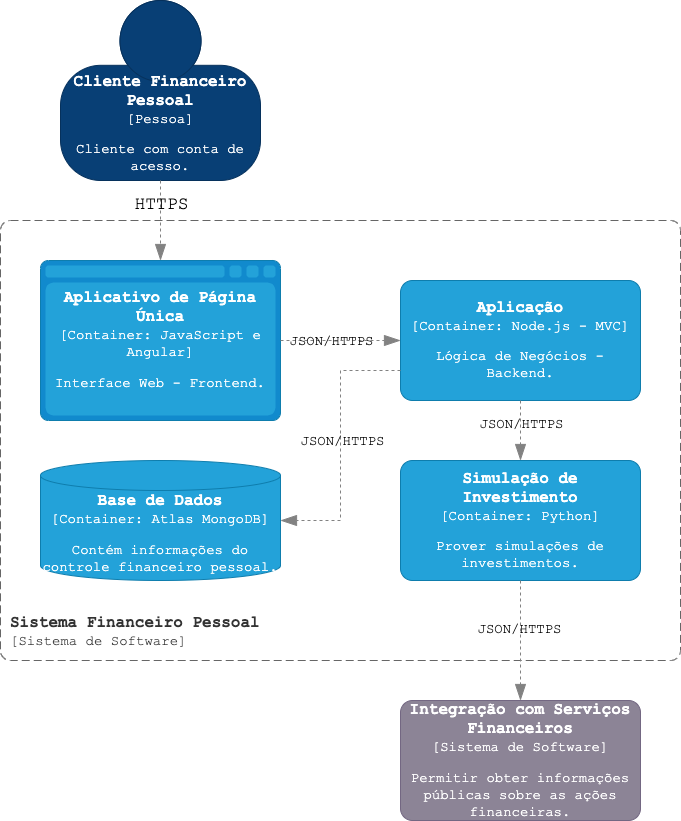
GVBP/CatolicaSC-Portfolio keeps this draw.io diagram as docs/C4ConteinerWeb.png. Above is the earlier version. Source tidied: cells renumbered, new cells last; positions are measured from the earlier drawing's top-left corner, leaving out a move shared by most shapes.
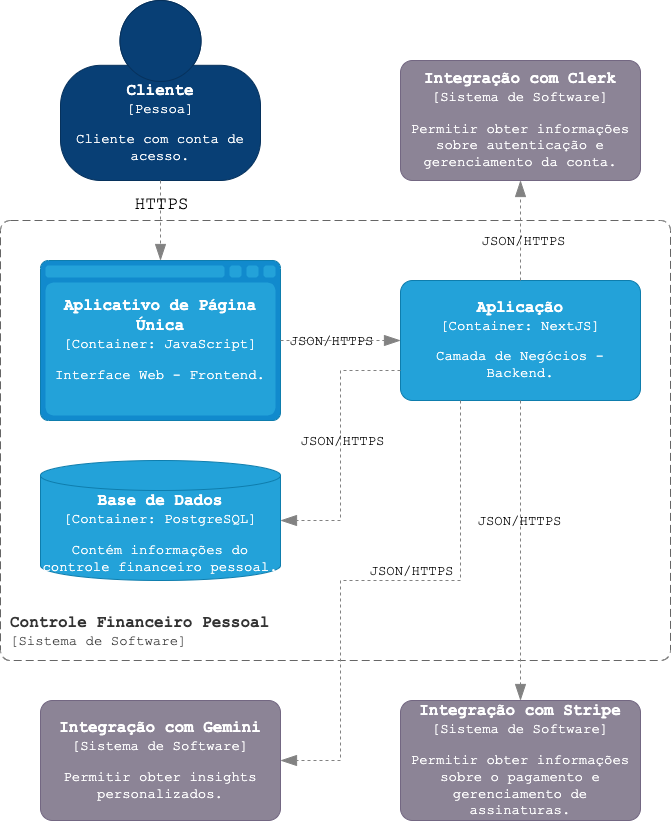
After the change.

What changed in the source:
```diff
@@ -2,41 +2,36 @@
   <root>
     <mxCell id="0" />
     <mxCell id="1" parent="0" />
-    <object id="2" label="&lt;font style=&quot;font-size: 16px; font-family: 'Courier New'&quot;&gt;&lt;b&gt;%c4Name%&lt;/b&gt;&lt;/font&gt;&lt;div&gt;&lt;font style=&quot;font-size: 14px; font-family: 'Courier New'&quot;&gt;[%c4Type%]&lt;/font&gt;&lt;/div&gt;&lt;br&gt;&lt;div&gt;&lt;font style=&quot;font-size: 14px; font-family: 'Courier New'&quot;&gt;%c4Description%&lt;/font&gt;&lt;/div&gt;" c4Description="Cliente com conta de acesso." c4Name="Cliente Financeiro Pessoal" c4Type="Pessoa" placeholders="1">
+    <object id="2" label="&lt;font style=&quot;font-size: 16px; font-family: 'Courier New'&quot;&gt;&lt;b&gt;%c4Name%&lt;/b&gt;&lt;/font&gt;&lt;div&gt;&lt;font style=&quot;font-size: 14px; font-family: 'Courier New'&quot;&gt;[%c4Type%]&lt;/font&gt;&lt;/div&gt;&lt;br&gt;&lt;div&gt;&lt;font style=&quot;font-size: 14px; font-family: 'Courier New'&quot;&gt;%c4Description%&lt;/font&gt;&lt;/div&gt;" c4Description="Cliente com conta de acesso." c4Name="Cliente" c4Type="Pessoa" placeholders="1">
       <mxCell style="html=1;fontSize=11;dashed=0;whiteSpace=wrap;fillColor=#083F75;strokeColor=#06315C;fontColor=#ffffff;shape=mxgraph.c4.person2;align=center;points=[[0.5,0,0],[1,0.5,0],[1,0.75,0],[0.75,1,0],[0.5,1,0],[0.25,1,0],[0,0.75,0],[0,0.5,0]];" parent="1" vertex="1">
         <mxGeometry x="60" width="200" height="180" as="geometry" />
       </mxCell>
     </object>
-    <object id="3" label="&lt;font style=&quot;font-size: 16px; font-family: 'Courier New'&quot;&gt;&lt;b&gt;%c4Name%&lt;/b&gt;&lt;/font&gt;&lt;div&gt;&lt;font style=&quot;font-size: 14px; font-family: 'Courier New'&quot;&gt;[%c4Type%: %c4Technology%]&lt;/font&gt;&lt;/div&gt;&lt;br&gt;&lt;div&gt;&lt;font style=&quot;font-size: 14px; font-family: 'Courier New'&quot;&gt;%c4Description%&lt;/font&gt;&lt;/div&gt;" c4Description="Lógica de Negócios - Backend." c4Name="Aplicação" c4Technology="Node.js - MVC" c4Type="Container" placeholders="1">
+    <object id="3" label="&lt;font style=&quot;font-size: 16px; font-family: 'Courier New'&quot;&gt;&lt;b&gt;%c4Name%&lt;/b&gt;&lt;/font&gt;&lt;div&gt;&lt;font style=&quot;font-size: 14px; font-family: 'Courier New'&quot;&gt;[%c4Type%: %c4Technology%]&lt;/font&gt;&lt;/div&gt;&lt;br&gt;&lt;div&gt;&lt;font style=&quot;font-size: 14px; font-family: 'Courier New'&quot;&gt;%c4Description%&lt;/font&gt;&lt;/div&gt;" c4Description="Camada de Negócios - Backend." c4Name="Aplicação" c4Technology="NextJS" c4Type="Container" placeholders="1">
       <mxCell style="rounded=1;whiteSpace=wrap;html=1;fontSize=11;labelBackgroundColor=none;fillColor=#23A2D9;fontColor=#ffffff;align=center;arcSize=10;strokeColor=#0E7DAD;points=[[0.25,0,0],[0.5,0,0],[0.75,0,0],[1,0.25,0],[1,0.5,0],[1,0.75,0],[0.75,1,0],[0.5,1,0],[0.25,1,0],[0,0.75,0],[0,0.5,0],[0,0.25,0]];" parent="1" vertex="1">
         <mxGeometry x="400" y="280" width="240" height="120" as="geometry" />
       </mxCell>
     </object>
-    <object id="4" label="&lt;font style=&quot;font-size: 16px; font-family: 'Courier New'&quot;&gt;&lt;b&gt;%c4Name%&lt;/b&gt;&lt;/font&gt;&lt;div&gt;&lt;font style=&quot;font-size: 14px; font-family: 'Courier New'&quot;&gt;[%c4Type%:&amp;nbsp;%c4Technology%]&lt;/font&gt;&lt;/div&gt;&lt;br&gt;&lt;div&gt;&lt;font style=&quot;font-size: 14px; font-family: 'Courier New'&quot;&gt;%c4Description%&lt;/font&gt;&lt;/div&gt;" c4Description="Interface Web - Frontend." c4Name="Aplicativo de Página Única" c4Technology="JavaScript e Angular" c4Type="Container" placeholders="1">
+    <object id="4" label="&lt;font style=&quot;font-size: 16px; font-family: 'Courier New'&quot;&gt;&lt;b&gt;%c4Name%&lt;/b&gt;&lt;/font&gt;&lt;div&gt;&lt;font style=&quot;font-size: 14px; font-family: 'Courier New'&quot;&gt;[%c4Type%:&amp;nbsp;%c4Technology%]&lt;/font&gt;&lt;/div&gt;&lt;br&gt;&lt;div&gt;&lt;font style=&quot;font-size: 14px; font-family: 'Courier New'&quot;&gt;%c4Description%&lt;/font&gt;&lt;/div&gt;" c4Description="Interface Web - Frontend." c4Name="Aplicativo de Página Única" c4Technology="JavaScript" c4Type="Container" placeholders="1">
       <mxCell style="shape=mxgraph.c4.webBrowserContainer2;whiteSpace=wrap;html=1;boundedLbl=1;rounded=0;labelBackgroundColor=none;strokeColor=#118ACD;fillColor=#23A2D9;strokeColor=#118ACD;strokeColor2=#0E7DAD;fontSize=12;fontColor=#ffffff;align=center;points=[[0.5,0,0],[1,0.25,0],[1,0.5,0],[1,0.75,0],[0.5,1,0],[0,0.75,0],[0,0.5,0],[0,0.25,0]];" parent="1" vertex="1">
         <mxGeometry x="40" y="260" width="240" height="160" as="geometry" />
       </mxCell>
     </object>
-    <object id="5" label="&lt;font style=&quot;font-size: 16px; font-family: 'Courier New'&quot;&gt;&lt;b&gt;%c4Name%&lt;/b&gt;&lt;/font&gt;&lt;div&gt;&lt;font style=&quot;font-size: 14px; font-family: 'Courier New'&quot;&gt;[%c4Type%:&amp;nbsp;%c4Technology%]&lt;/font&gt;&lt;/div&gt;&lt;br&gt;&lt;div&gt;&lt;font style=&quot;font-size: 14px; font-family: 'Courier New'&quot;&gt;%c4Description%&lt;/font&gt;&lt;/div&gt;" c4Description="Contém informações do controle financeiro pessoal." c4Name="Base de Dados" c4Technology="Atlas MongoDB" c4Type="Container" placeholders="1">
+    <object id="5" label="&lt;font style=&quot;font-size: 16px; font-family: 'Courier New'&quot;&gt;&lt;b&gt;%c4Name%&lt;/b&gt;&lt;/font&gt;&lt;div&gt;&lt;font style=&quot;font-size: 14px; font-family: 'Courier New'&quot;&gt;[%c4Type%:&amp;nbsp;%c4Technology%]&lt;/font&gt;&lt;/div&gt;&lt;br&gt;&lt;div&gt;&lt;font style=&quot;font-size: 14px; font-family: 'Courier New'&quot;&gt;%c4Description%&lt;/font&gt;&lt;/div&gt;" c4Description="Contém informações do controle financeiro pessoal." c4Name="Base de Dados" c4Technology="PostgreSQL" c4Type="Container" placeholders="1">
       <mxCell style="shape=cylinder3;size=15;whiteSpace=wrap;html=1;boundedLbl=1;rounded=0;labelBackgroundColor=none;fillColor=#23A2D9;fontSize=12;fontColor=#ffffff;align=center;strokeColor=#0E7DAD;points=[[0.5,0,0],[1,0.25,0],[1,0.5,0],[1,0.75,0],[0.5,1,0],[0,0.75,0],[0,0.5,0],[0,0.25,0]];" parent="1" vertex="1">
         <mxGeometry x="40" y="460" width="240" height="120" as="geometry" />
       </mxCell>
     </object>
-    <object id="6" label="&lt;font style=&quot;font-size: 16px; font-family: 'Courier New'&quot;&gt;&lt;b&gt;%c4Name%&lt;/b&gt;&lt;/font&gt;&lt;div&gt;&lt;font style=&quot;font-size: 14px; font-family: 'Courier New'&quot;&gt;[%c4Type%]&lt;/font&gt;&lt;/div&gt;&lt;br&gt;&lt;div&gt;&lt;font style=&quot;font-size: 14px; font-family: 'Courier New'&quot;&gt;%c4Description%&lt;/font&gt;&lt;/div&gt;" c4Description="Permitir obter informações públicas sobre as ações financeiras." c4Name="Integração com Serviços Financeiros" c4Type="Sistema de Software" placeholders="1">
+    <object id="6" label="&lt;font style=&quot;font-size: 16px; font-family: 'Courier New'&quot;&gt;&lt;b&gt;%c4Name%&lt;/b&gt;&lt;/font&gt;&lt;div&gt;&lt;font style=&quot;font-size: 14px; font-family: 'Courier New'&quot;&gt;[%c4Type%]&lt;/font&gt;&lt;/div&gt;&lt;br&gt;&lt;div&gt;&lt;font style=&quot;font-size: 14px; font-family: 'Courier New'&quot;&gt;%c4Description%&lt;/font&gt;&lt;/div&gt;" c4Description="Permitir obter informações sobre o pagamento e gerenciamento de assinaturas." c4Name="Integração com Stripe" c4Type="Sistema de Software" placeholders="1">
       <mxCell style="rounded=1;whiteSpace=wrap;html=1;labelBackgroundColor=none;fillColor=#8C8496;fontColor=#ffffff;align=center;arcSize=10;strokeColor=#736782;points=[[0.25,0,0],[0.5,0,0],[0.75,0,0],[1,0.25,0],[1,0.5,0],[1,0.75,0],[0.75,1,0],[0.5,1,0],[0.25,1,0],[0,0.75,0],[0,0.5,0],[0,0.25,0]];" parent="1" vertex="1">
         <mxGeometry x="400" y="700" width="240" height="120" as="geometry" />
       </mxCell>
     </object>
-    <object id="7" label="&lt;font style=&quot;font-size: 16px; font-family: 'Courier New'&quot;&gt;&lt;b&gt;&lt;div style=&quot;text-align: left&quot;&gt;%c4Name%&lt;/div&gt;&lt;/b&gt;&lt;/font&gt;&lt;div style=&quot;font-size: 14px; font-family: 'Courier New'; text-align: left&quot;&gt;[%c4Application%]&lt;/div&gt;" c4Application="Sistema de Software" c4Name="Sistema Financeiro Pessoal" c4Type="Limite do Escopo do Sistema" placeholders="1">
+    <object id="7" label="&lt;font style=&quot;font-size: 16px; font-family: 'Courier New'&quot;&gt;&lt;b&gt;&lt;div style=&quot;text-align: left&quot;&gt;%c4Name%&lt;/div&gt;&lt;/b&gt;&lt;/font&gt;&lt;div style=&quot;font-size: 14px; font-family: 'Courier New'; text-align: left&quot;&gt;[%c4Application%]&lt;/div&gt;" c4Application="Sistema de Software" c4Name="Controle Financeiro Pessoal" c4Type="Limite do Escopo do Sistema" placeholders="1">
       <mxCell style="rounded=1;fontSize=11;whiteSpace=wrap;html=1;dashed=1;arcSize=20;fillColor=none;strokeColor=#666666;fontColor=#333333;labelBackgroundColor=none;align=left;verticalAlign=bottom;labelBorderColor=none;spacingTop=0;spacing=10;dashPattern=8 4;perimeter=rectanglePerimeter;noLabel=0;labelPadding=0;absoluteArcSize=1;" parent="1" vertex="1">
-        <mxGeometry y="220" width="680" height="440" as="geometry" />
+        <mxGeometry y="220" width="670" height="440" as="geometry" />
       </mxCell>
     </object>
-    <object id="8" label="&lt;font style=&quot;font-size: 16px; font-family: 'Courier New'&quot;&gt;&lt;b&gt;%c4Name%&lt;/b&gt;&lt;/font&gt;&lt;div&gt;&lt;font style=&quot;font-size: 14px; font-family: 'Courier New'&quot;&gt;[%c4Type%: %c4Technology%]&lt;/font&gt;&lt;/div&gt;&lt;br&gt;&lt;div&gt;&lt;font style=&quot;font-size: 14px; font-family: 'Courier New'&quot;&gt;%c4Description%&lt;/font&gt;&lt;/div&gt;" c4Description="Prover simulações de investimentos." c4Name="Simulação de Investimento" c4Technology="Python" c4Type="Container" placeholders="1">
-      <mxCell style="rounded=1;whiteSpace=wrap;html=1;fontSize=11;labelBackgroundColor=none;fillColor=#23A2D9;fontColor=#ffffff;align=center;arcSize=10;strokeColor=#0E7DAD;points=[[0.25,0,0],[0.5,0,0],[0.75,0,0],[1,0.25,0],[1,0.5,0],[1,0.75,0],[0.75,1,0],[0.5,1,0],[0.25,1,0],[0,0.75,0],[0,0.5,0],[0,0.25,0]];" parent="1" vertex="1">
-        <mxGeometry x="400" y="460" width="240" height="120" as="geometry" />
-      </mxCell>
-    </object>
     <object id="9" label="" c4Type="Relationship" placeholders="1">
       <mxCell style="endArrow=blockThin;html=1;fontSize=10;fontColor=#404040;strokeWidth=1;endFill=1;strokeColor=#828282;elbow=vertical;endSize=14;startSize=14;jumpStyle=arc;jumpSize=16;rounded=0;edgeStyle=orthogonalEdgeStyle;exitX=0.5;exitY=1;exitDx=0;exitDy=0;exitPerimeter=0;entryX=0.5;entryY=0;entryDx=0;entryDy=0;entryPerimeter=0;dashed=1;" parent="1" edge="1" source="2" target="4">
         <mxGeometry relative="1" as="geometry" />
@@ -49,7 +44,7 @@
       <mxGeometry x="-0.42" relative="1" as="geometry" />
     </mxCell>
     <object id="12" label="" c4Type="Relationship" placeholders="1">
-      <mxCell style="endArrow=blockThin;html=1;fontSize=10;fontColor=#404040;strokeWidth=1;endFill=1;strokeColor=#828282;elbow=vertical;endSize=14;startSize=14;jumpStyle=arc;jumpSize=16;rounded=0;edgeStyle=orthogonalEdgeStyle;entryX=0.5;entryY=0;entryDx=0;entryDy=0;entryPerimeter=0;exitX=0.5;exitY=1;exitDx=0;exitDy=0;exitPerimeter=0;dashed=1;" parent="1" edge="1" source="8" target="6">
+      <mxCell style="endArrow=blockThin;html=1;fontSize=10;fontColor=#404040;strokeWidth=1;endFill=1;strokeColor=#828282;elbow=vertical;endSize=14;startSize=14;jumpStyle=arc;jumpSize=16;rounded=0;edgeStyle=orthogonalEdgeStyle;entryX=0.5;entryY=0;entryDx=0;entryDy=0;entryPerimeter=0;exitX=0.5;exitY=1;exitDx=0;exitDy=0;exitPerimeter=0;dashed=1;" parent="1" edge="1" source="3" target="6">
         <mxGeometry relative="1" as="geometry" />
       </mxCell>
     </object>
@@ -81,13 +76,39 @@
         <mxPoint y="-8" as="offset" />
       </mxGeometry>
     </mxCell>
-    <object id="18" label="" c4Type="Relationship" placeholders="1">
-      <mxCell style="endArrow=blockThin;html=1;fontSize=10;fontColor=#404040;strokeWidth=1;endFill=1;strokeColor=#828282;elbow=vertical;endSize=14;startSize=14;jumpStyle=arc;jumpSize=16;rounded=0;edgeStyle=orthogonalEdgeStyle;entryX=0.5;entryY=0;entryDx=0;entryDy=0;entryPerimeter=0;exitX=0.5;exitY=1;exitDx=0;exitDy=0;exitPerimeter=0;dashed=1;" parent="1" edge="1" source="3" target="8">
-        <mxGeometry relative="1" as="geometry" />
-      </mxCell>
-    </object>
-    <mxCell id="19" value="&lt;font face=&quot;Courier New&quot; style=&quot;font-size: 14px;&quot;&gt;JSON/HTTPS&lt;/font&gt;" style="edgeLabel;html=1;align=center;verticalAlign=middle;labelBackgroundColor=none;" parent="18" vertex="1">
-      <mxGeometry x="-0.23" relative="1" as="geometry" />
-    </mxCell>
+    <object id="20" label="&lt;font style=&quot;font-size: 16px; font-family: 'Courier New'&quot;&gt;&lt;b&gt;%c4Name%&lt;/b&gt;&lt;/font&gt;&lt;div&gt;&lt;font style=&quot;font-size: 14px; font-family: 'Courier New'&quot;&gt;[%c4Type%]&lt;/font&gt;&lt;/div&gt;&lt;br&gt;&lt;div&gt;&lt;font style=&quot;font-size: 14px; font-family: 'Courier New'&quot;&gt;%c4Description%&lt;/font&gt;&lt;/div&gt;" c4Description="Permitir obter insights personalizados." c4Name="Integração com Gemini" c4Type="Sistema de Software" placeholders="1">
+      <mxCell style="rounded=1;whiteSpace=wrap;html=1;labelBackgroundColor=none;fillColor=#8C8496;fontColor=#ffffff;align=center;arcSize=10;strokeColor=#736782;points=[[0.25,0,0],[0.5,0,0],[0.75,0,0],[1,0.25,0],[1,0.5,0],[1,0.75,0],[0.75,1,0],[0.5,1,0],[0.25,1,0],[0,0.75,0],[0,0.5,0],[0,0.25,0]];" parent="1" vertex="1">
+        <mxGeometry x="40" y="700" width="240" height="120" as="geometry" />
+      </mxCell>
+    </object>
+    <object id="21" label="&lt;font style=&quot;font-size: 16px; font-family: 'Courier New'&quot;&gt;&lt;b&gt;%c4Name%&lt;/b&gt;&lt;/font&gt;&lt;div&gt;&lt;font style=&quot;font-size: 14px; font-family: 'Courier New'&quot;&gt;[%c4Type%]&lt;/font&gt;&lt;/div&gt;&lt;br&gt;&lt;div&gt;&lt;font style=&quot;font-size: 14px; font-family: 'Courier New'&quot;&gt;%c4Description%&lt;/font&gt;&lt;/div&gt;" c4Description="Permitir obter informações sobre autenticação e gerenciamento da conta." c4Name="Integração com Clerk" c4Type="Sistema de Software" placeholders="1">
+      <mxCell style="rounded=1;whiteSpace=wrap;html=1;labelBackgroundColor=none;fillColor=#8C8496;fontColor=#ffffff;align=center;arcSize=10;strokeColor=#736782;points=[[0.25,0,0],[0.5,0,0],[0.75,0,0],[1,0.25,0],[1,0.5,0],[1,0.75,0],[0.75,1,0],[0.5,1,0],[0.25,1,0],[0,0.75,0],[0,0.5,0],[0,0.25,0]];" parent="1" vertex="1">
+        <mxGeometry x="400" y="60" width="240" height="120" as="geometry" />
+      </mxCell>
+    </object>
+    <object id="22" label="" c4Type="Relationship" placeholders="1">
+      <mxCell style="endArrow=blockThin;html=1;fontSize=10;fontColor=#404040;strokeWidth=1;endFill=1;strokeColor=#828282;elbow=vertical;endSize=14;startSize=14;jumpStyle=arc;jumpSize=16;rounded=0;edgeStyle=orthogonalEdgeStyle;entryX=0.5;entryY=1;entryDx=0;entryDy=0;entryPerimeter=0;dashed=1;exitX=0.5;exitY=0;exitDx=0;exitDy=0;exitPerimeter=0;" parent="1" edge="1" source="3" target="21">
+        <mxGeometry relative="1" as="geometry" />
+      </mxCell>
+    </object>
+    <mxCell id="23" value="&lt;font face=&quot;Courier New&quot; style=&quot;font-size: 14px;&quot;&gt;JSON/HTTPS&lt;/font&gt;" style="edgeLabel;html=1;align=center;verticalAlign=middle;labelBackgroundColor=none;" parent="22" vertex="1">
+      <mxGeometry x="-0.2" y="-2" relative="1" as="geometry" />
+    </mxCell>
+    <object id="24" label="" c4Type="Relationship" placeholders="1">
+      <mxCell style="endArrow=blockThin;html=1;fontSize=10;fontColor=#404040;strokeWidth=1;endFill=1;strokeColor=#828282;elbow=vertical;endSize=14;startSize=14;jumpStyle=arc;jumpSize=16;rounded=0;edgeStyle=orthogonalEdgeStyle;entryX=1;entryY=0.5;entryDx=0;entryDy=0;entryPerimeter=0;exitX=0.25;exitY=1;exitDx=0;exitDy=0;exitPerimeter=0;dashed=1;" parent="1" edge="1" source="3" target="20">
+        <mxGeometry relative="1" as="geometry">
+          <Array as="points">
+            <mxPoint x="460" y="580" />
+            <mxPoint x="340" y="580" />
+            <mxPoint x="340" y="760" />
+          </Array>
+        </mxGeometry>
+      </mxCell>
+    </object>
+    <mxCell id="25" value="&lt;font face=&quot;Courier New&quot; style=&quot;font-size: 14px;&quot;&gt;JSON/HTTPS&lt;/font&gt;" style="edgeLabel;html=1;align=center;verticalAlign=middle;labelBackgroundColor=none;" parent="24" vertex="1">
+      <mxGeometry x="-0.2" y="-2" relative="1" as="geometry">
+        <mxPoint x="-14" y="-8" as="offset" />
+      </mxGeometry>
+    </mxCell>
   </root>
 </mxGraphModel>
```
